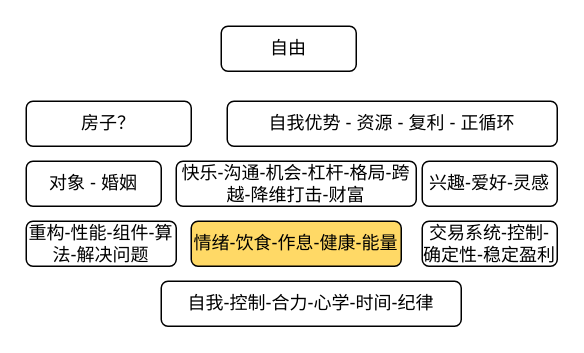
Asamiyaa/microservice-k8s-yun keeps this draw.io diagram as menus/第二阶段.drawio. Above is the earlier version. Source tidied: cells renumbered, new cells numbered last; positions are measured from the earlier drawing's top-left corner, leaving out a move shared by most shapes. Both pictures are drawn from the tidied source at 150%, with x=0, y=0 at pixel (26, 26).
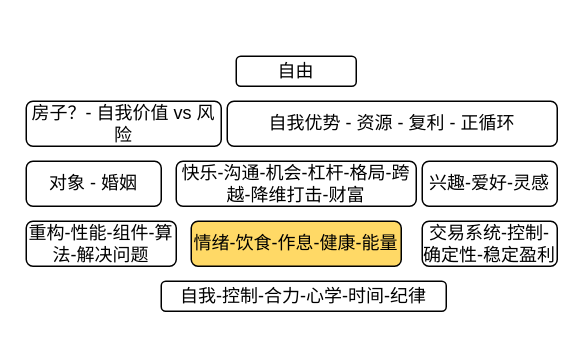
After the change.

Commit message (it also covers changes not shown here):
更新第二阶段.drawio

Change to the diagram source:
```diff
@@
 <mxGraphModel>
   <root>
     <mxCell id="0" />
     <mxCell id="1" parent="0" />
     <mxCell id="2" value="自我-控制-合力-心学-时间-纪律" style="rounded=1;whiteSpace=wrap;html=1;" parent="1" vertex="1">
-      <mxGeometry x="90" y="170" width="200" height="30" as="geometry" />
+      <mxGeometry x="90" y="170" width="190" height="20" as="geometry" />
     </mxCell>
     <mxCell id="3" value="重构-性能-组件-算法-解决问题" style="rounded=1;whiteSpace=wrap;html=1;" parent="1" vertex="1">
       <mxGeometry y="130" width="100" height="30" as="geometry" />
     </mxCell>
     <mxCell id="4" value="情绪-饮食-作息-健康-能量" style="rounded=1;whiteSpace=wrap;html=1;fillColor=#FFD966;" parent="1" vertex="1">
       <mxGeometry x="110" y="130" width="140" height="30" as="geometry" />
     </mxCell>
     <mxCell id="5" value="交易系统-控制-确定性-稳定盈利" style="rounded=1;whiteSpace=wrap;html=1;" parent="1" vertex="1">
       <mxGeometry x="264" y="130" width="90" height="30" as="geometry" />
     </mxCell>
     <mxCell id="6" value="对象 - 婚姻" style="rounded=1;whiteSpace=wrap;html=1;" parent="1" vertex="1">
       <mxGeometry y="90" width="90" height="30" as="geometry" />
     </mxCell>
     <mxCell id="7" value="兴趣-爱好-灵感" style="rounded=1;whiteSpace=wrap;html=1;" parent="1" vertex="1">
       <mxGeometry x="264" y="90" width="90" height="30" as="geometry" />
     </mxCell>
     <mxCell id="8" value="快乐-沟通-机会-杠杆-格局-跨越-降维打击-财富" style="rounded=1;whiteSpace=wrap;html=1;" parent="1" vertex="1">
       <mxGeometry x="100" y="90" width="160" height="30" as="geometry" />
     </mxCell>
     <mxCell id="9" value="自由" style="rounded=1;whiteSpace=wrap;html=1;" parent="1" vertex="1">
-      <mxGeometry x="130" width="90" height="30" as="geometry" />
+      <mxGeometry x="140" y="20" width="80" height="20" as="geometry" />
     </mxCell>
     <mxCell id="10" value="自我优势 - 资源 - 复利 - 正循环" style="rounded=1;whiteSpace=wrap;html=1;" parent="1" vertex="1">
       <mxGeometry x="134" y="50" width="220" height="30" as="geometry" />
     </mxCell>
-    <mxCell id="11" value="房子？" style="rounded=1;whiteSpace=wrap;html=1;" parent="1" vertex="1">
-      <mxGeometry y="50" width="110" height="30" as="geometry" />
+    <mxCell id="11" value="房子？- 自我价值 vs 风险" style="rounded=1;whiteSpace=wrap;html=1;" parent="1" vertex="1">
+      <mxGeometry y="50" width="130" height="30" as="geometry" />
     </mxCell>
   </root>
 </mxGraphModel>
```
